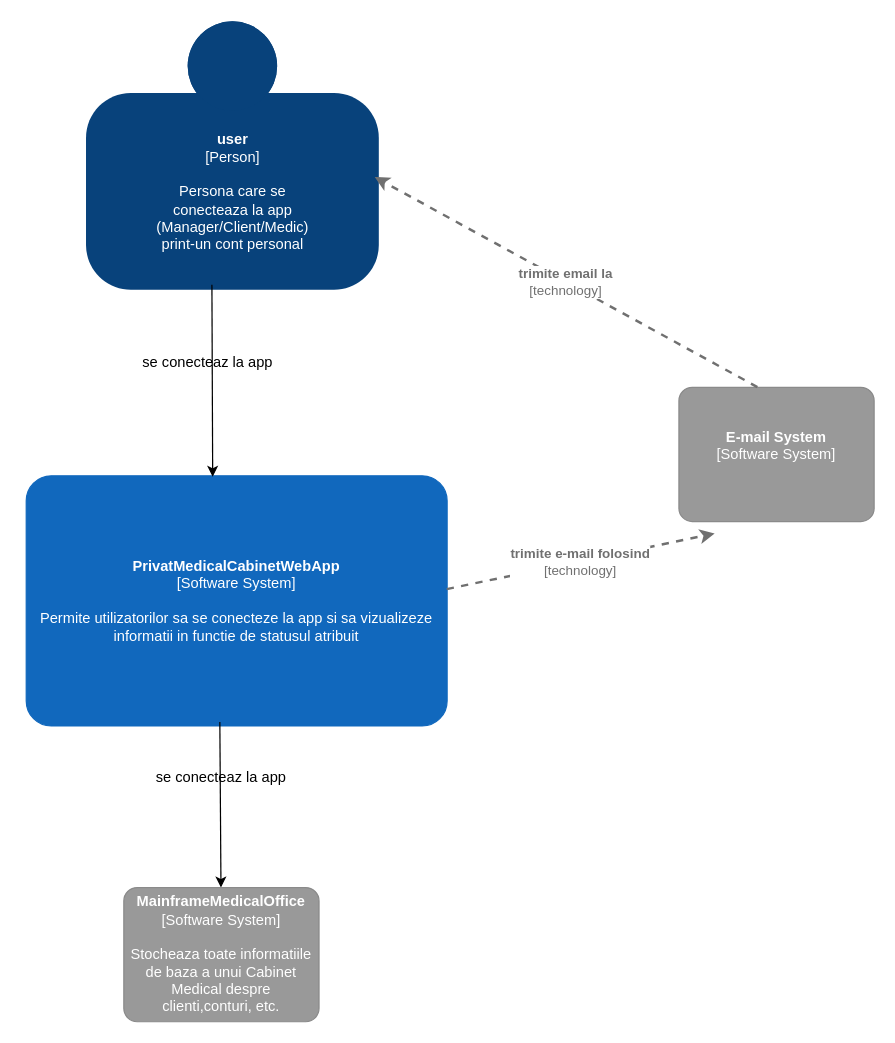
Before: Proiect/Diagrama.drawio in LucaElena/CabinetMedicalWebManagement, a draw.io diagram. Source tidied: cells renumbered, new cells numbered last; positions are measured from the earlier drawing's top-left corner, leaving out a move shared by most shapes. Both pictures are drawn from the tidied source at 122%, with x=0, y=0 at pixel (26, 21).
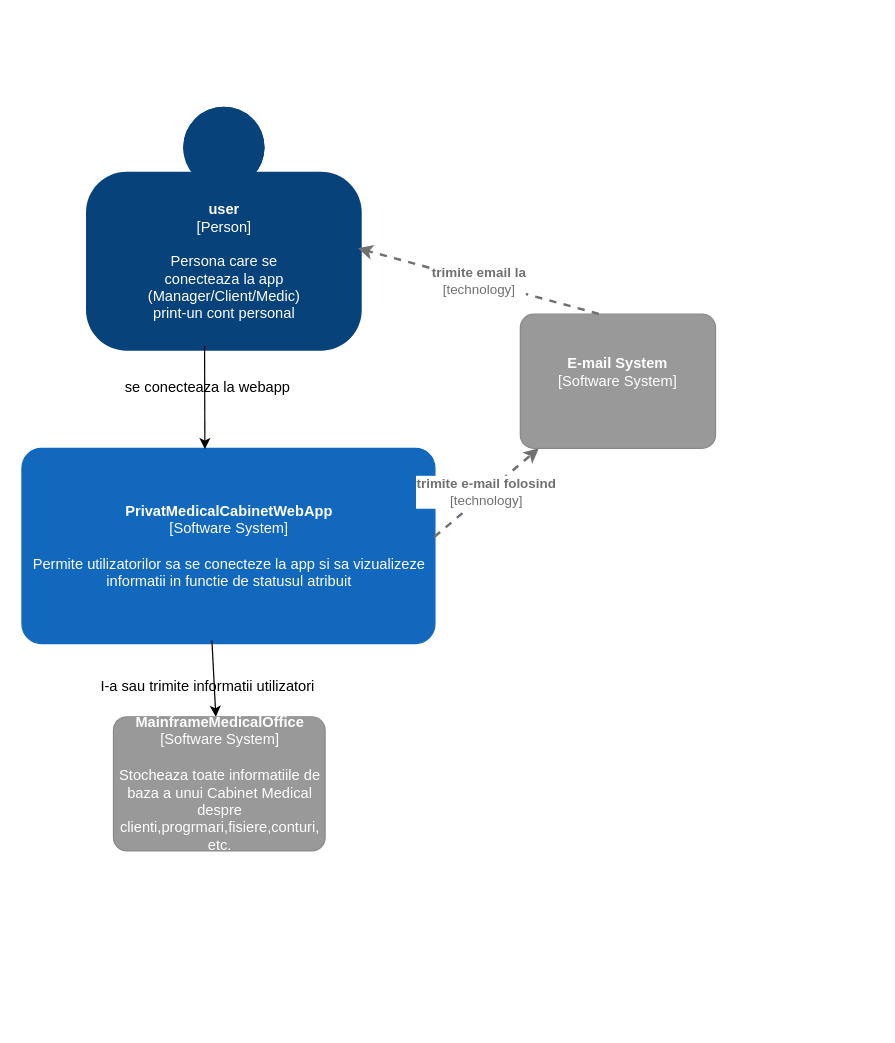
The same page after the edit.

What changed in the source:
```diff
@@
 <mxGraphModel>
   <root>
     <mxCell id="0" />
     <mxCell id="1" parent="0" />
     <object id="2" label="&lt;b&gt;%c4Name%&lt;/b&gt;&lt;div&gt;[%c4Type%]&lt;/div&gt;&lt;br&gt;&lt;div&gt;%c4Description%&lt;/div&gt;" c4Description="Persona care se &#10;conecteaza la app&#10;(Manager/Client/Medic)&#10;print-un cont personal&#10;" c4Name="user" c4Type="Person" placeholders="1">
       <mxCell style="html=1;dashed=0;whitespace=wrap;fillColor=#08427b;strokeColor=none;fontColor=#ffffff;shape=mxgraph.c4.person;align=center;points=[[0.5,0,0],[1,0.5,0],[1,0.75,0],[0.75,1,0],[0.5,1,0],[0.25,1,0],[0,0.75,0],[0,0.5,0]];metaData={&quot;c4Type&quot;:{&quot;editable&quot;:false}};" parent="1" vertex="1">
-        <mxGeometry x="49" width="240" height="220" as="geometry" />
+        <mxGeometry x="49" y="70" width="226" height="200" as="geometry" />
       </mxCell>
     </object>
     <object id="3" label="&lt;b&gt;%c4Name%&lt;/b&gt;&lt;div&gt;[%c4Type%]&lt;/div&gt;&lt;br&gt;&lt;div&gt;%c4Description%&lt;/div&gt;" c4Description="Permite utilizatorilor sa se conecteze la app si sa vizualizeze informatii in functie de statusul atribuit" c4Name="PrivatMedicalCabinetWebApp" c4Type="Software System" placeholders="1">
       <mxCell style="rounded=1;whiteSpace=wrap;html=1;labelBackgroundColor=none;fillColor=#1168BD;fontColor=#ffffff;align=center;arcSize=10;strokeColor=#1168BD;metaData={&quot;c4Type&quot;:{&quot;editable&quot;:false}};points=[[0.25,0,0],[0.5,0,0],[0.75,0,0],[1,0.25,0],[1,0.5,0],[1,0.75,0],[0.75,1,0],[0.5,1,0],[0.25,1,0],[0,0.75,0],[0,0.5,0],[0,0.25,0]];" parent="1" vertex="1">
-        <mxGeometry y="372.5" width="345" height="205" as="geometry" />
+        <mxGeometry x="-3.5" y="350" width="338.5" height="160" as="geometry" />
       </mxCell>
     </object>
-    <mxCell id="4" value="se conecteaz la app" style="text;html=1;strokeColor=none;fillColor=none;align=center;verticalAlign=middle;whiteSpace=wrap;rounded=0;" parent="1" vertex="1">
-      <mxGeometry x="49" y="250" width="200" height="60" as="geometry" />
+    <mxCell id="4" value="se conecteaza la webapp" style="text;html=1;strokeColor=none;fillColor=none;align=center;verticalAlign=middle;whiteSpace=wrap;rounded=0;" parent="1" vertex="1">
+      <mxGeometry x="49" y="270" width="200" height="60" as="geometry" />
     </mxCell>
     <object id="5" label="&lt;div style=&quot;text-align: left&quot;&gt;&lt;div style=&quot;text-align: center&quot;&gt;&lt;b&gt;%c4Description%&lt;/b&gt;&lt;/div&gt;&lt;div style=&quot;text-align: center&quot;&gt;[%c4Technology%]&lt;/div&gt;&lt;/div&gt;" c4Description="trimite e-mail folosind" c4Technology="technology" placeholders="1">
-      <mxCell style="edgeStyle=none;rounded=0;html=1;jettySize=auto;strokeColor=#707070;strokeWidth=2;fontColor=#707070;jumpStyle=none;dashed=1;metaData={&quot;c4Type&quot;:{&quot;editable&quot;:false}};exitX=0.999;exitY=0.453;exitDx=0;exitDy=0;exitPerimeter=0;entryX=0.183;entryY=1.089;entryDx=0;entryDy=0;entryPerimeter=0;" parent="1" edge="1" source="3" target="6">
+      <mxCell style="edgeStyle=none;rounded=0;html=1;jettySize=auto;strokeColor=#707070;strokeWidth=2;fontColor=#707070;jumpStyle=none;dashed=1;metaData={&quot;c4Type&quot;:{&quot;editable&quot;:false}};exitX=0.999;exitY=0.453;exitDx=0;exitDy=0;exitPerimeter=0;" parent="1" edge="1" source="3" target="6">
         <mxGeometry relative="1" as="geometry" />
       </mxCell>
     </object>
     <object id="6" label="&lt;b&gt;%c4Name%&lt;/b&gt;&lt;div&gt;[%c4Type%]&lt;/div&gt;&lt;br&gt;&lt;div&gt;%c4Description%&lt;/div&gt;" c4Description="" c4Name="E-mail System" c4Type="Software System" placeholders="1">
       <mxCell style="rounded=1;whiteSpace=wrap;html=1;labelBackgroundColor=none;fillColor=#999999;fontColor=#ffffff;align=center;arcSize=10;strokeColor=#8A8A8A;metaData={&quot;c4Type&quot;:{&quot;editable&quot;:false}};points=[[0.25,0,0],[0.5,0,0],[0.75,0,0],[1,0.25,0],[1,0.5,0],[1,0.75,0],[0.75,1,0],[0.5,1,0],[0.25,1,0],[0,0.75,0],[0,0.5,0],[0,0.25,0]];" parent="1" vertex="1">
-        <mxGeometry x="535" y="300" width="160" height="110" as="geometry" />
+        <mxGeometry x="405" y="240" width="160" height="110" as="geometry" />
       </mxCell>
     </object>
     <object id="7" label="&lt;div style=&quot;text-align: left&quot;&gt;&lt;div style=&quot;text-align: center&quot;&gt;&lt;b&gt;%c4Description%&lt;/b&gt;&lt;/div&gt;&lt;div style=&quot;text-align: center&quot;&gt;[%c4Technology%]&lt;/div&gt;&lt;/div&gt;" c4Description="trimite email la" c4Technology="technology" placeholders="1">
       <mxCell style="edgeStyle=none;rounded=0;html=1;jettySize=auto;strokeColor=#707070;strokeWidth=2;fontColor=#707070;jumpStyle=none;dashed=1;metaData={&quot;c4Type&quot;:{&quot;editable&quot;:false}};exitX=0.402;exitY=-0.002;exitDx=0;exitDy=0;exitPerimeter=0;entryX=0.986;entryY=0.58;entryDx=0;entryDy=0;entryPerimeter=0;" parent="1" edge="1" source="6" target="2">
         <mxGeometry relative="1" as="geometry" />
       </mxCell>
     </object>
     <mxCell id="8" style="endArrow=classic;html=1;fontColor=#000000;exitX=0.43;exitY=0.981;exitDx=0;exitDy=0;exitPerimeter=0;entryX=0.443;entryY=0.004;entryDx=0;entryDy=0;entryPerimeter=0;" parent="1" edge="1" source="2" target="3">
       <mxGeometry relative="1" as="geometry" />
     </mxCell>
     <mxCell id="9" style="endArrow=classic;html=1;fontColor=#000000;exitX=0.46;exitY=0.984;exitDx=0;exitDy=0;exitPerimeter=0;" parent="1" edge="1" source="3" target="10">
       <mxGeometry relative="1" as="geometry" />
     </mxCell>
-    <object id="10" label="&lt;b&gt;%c4Name%&lt;/b&gt;&lt;div&gt;[%c4Type%]&lt;/div&gt;&lt;br&gt;&lt;div&gt;%c4Description%&lt;/div&gt;" c4Description="Stocheaza toate informatiile de baza a unui Cabinet Medical despre clienti,conturi, etc." c4Name="MainframeMedicalOffice" c4Type="Software System" placeholders="1">
+    <object id="10" label="&lt;b&gt;%c4Name%&lt;/b&gt;&lt;div&gt;[%c4Type%]&lt;/div&gt;&lt;br&gt;&lt;div&gt;%c4Description%&lt;/div&gt;" c4Description="Stocheaza toate informatiile de baza a unui Cabinet Medical despre clienti,progrmari,fisiere,conturi, etc." c4Name="MainframeMedicalOffice" c4Type="Software System" placeholders="1">
       <mxCell style="rounded=1;whiteSpace=wrap;html=1;labelBackgroundColor=none;fillColor=#999999;fontColor=#ffffff;align=center;arcSize=10;strokeColor=#8A8A8A;metaData={&quot;c4Type&quot;:{&quot;editable&quot;:false}};points=[[0.25,0,0],[0.5,0,0],[0.75,0,0],[1,0.25,0],[1,0.5,0],[1,0.75,0],[0.75,1,0],[0.5,1,0],[0.25,1,0],[0,0.75,0],[0,0.5,0],[0,0.25,0]];" parent="1" vertex="1">
-        <mxGeometry x="80" y="710" width="160" height="110" as="geometry" />
+        <mxGeometry x="71.5" y="570" width="173.5" height="110" as="geometry" />
       </mxCell>
     </object>
-    <mxCell id="11" value="se conecteaz la app" style="text;html=1;strokeColor=none;fillColor=none;align=center;verticalAlign=middle;whiteSpace=wrap;rounded=0;" parent="1" vertex="1">
-      <mxGeometry x="60" y="590" width="200" height="60" as="geometry" />
+    <mxCell id="11" value="I-a sau trimite informatii utilizatori" style="text;html=1;strokeColor=none;fillColor=none;align=center;verticalAlign=middle;whiteSpace=wrap;rounded=0;" parent="1" vertex="1">
+      <mxGeometry x="49" y="515" width="200" height="60" as="geometry" />
     </mxCell>
   </root>
 </mxGraphModel>
```
